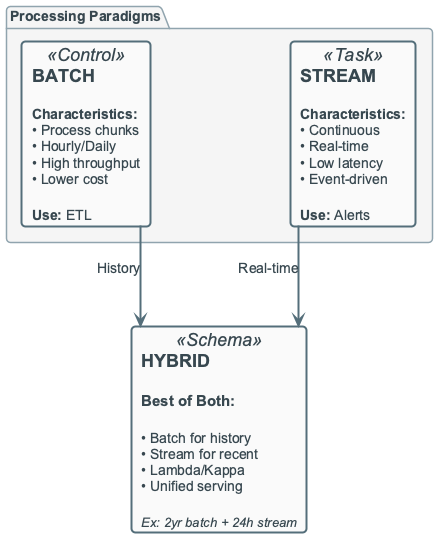
Above: diagrams/week01/week1_core_concepts_2.png in OrPerets/data-engineering-course (PlantUML), before the change.
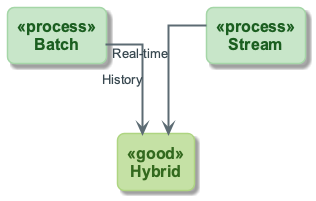
Later version of the same file.

Change to the diagram source:
```diff
@@ -1,14 +1,14 @@
 @startuml
 !include ../_template_styles.puml
+!include _week1_visual_style.puml
+
 top to bottom direction
+skinparam nodesep 100
+skinparam ranksep 70
 
-package "Processing Paradigms" {
-    card "**BATCH**\n\n<size:14><b>Characteristics:</b></size>\n<size:14>• Process chunks</size>\n<size:14>• Hourly/Daily</size>\n<size:14>• High throughput</size>\n<size:14>• Lower cost</size>\n\n<size:14><b>Use:</b> ETL</size>" as B <<Control>>
-
-    card "**STREAM**\n\n<size:14><b>Characteristics:</b></size>\n<size:14>• Continuous</size>\n<size:14>• Real-time</size>\n<size:14>• Low latency</size>\n<size:14>• Event-driven</size>\n\n<size:14><b>Use:</b> Alerts</size>" as S <<Task>>
-}
-
-card "**HYBRID**\n\n<size:15><b>Best of Both:</b></size>\n\n<size:14>• Batch for history</size>\n<size:14>• Stream for recent</size>\n<size:14>• Lambda/Kappa</size>\n<size:14>• Unified serving</size>\n\n<size:13><i>Ex: 2yr batch + 24h stream</i></size>" as H <<Schema>>
+rectangle "Batch" as B <<process>>
+rectangle "Stream" as S <<process>>
+rectangle "Hybrid" as H <<good>>
 
 B -down-> H : History
 S -down-> H : Real-time
```
